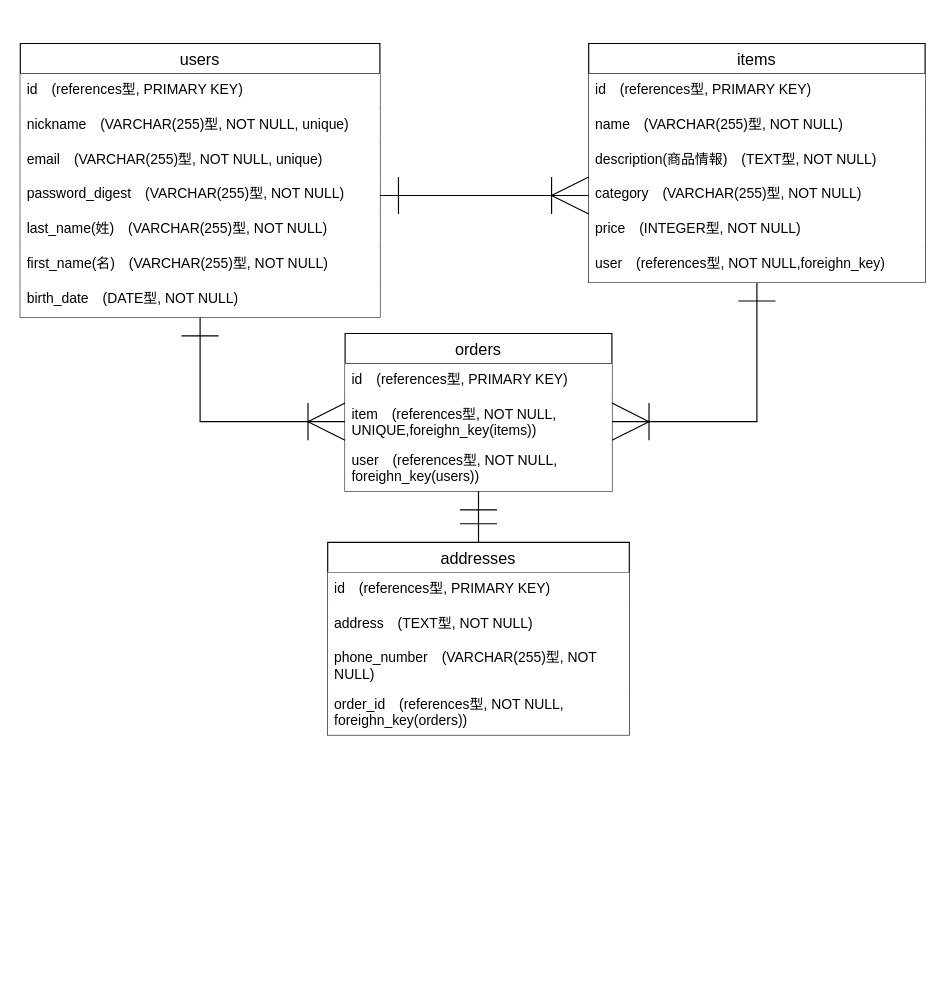
Earlier version of the draw.io diagram ER.dio (utako-melo/furima-42327). Source tidied: cells renumbered, new cells numbered last; positions are measured from the earlier drawing's top-left corner, leaving out a move shared by most shapes. Both pictures are drawn from the tidied source at 116%, with x=0, y=0 at pixel (20, 43).
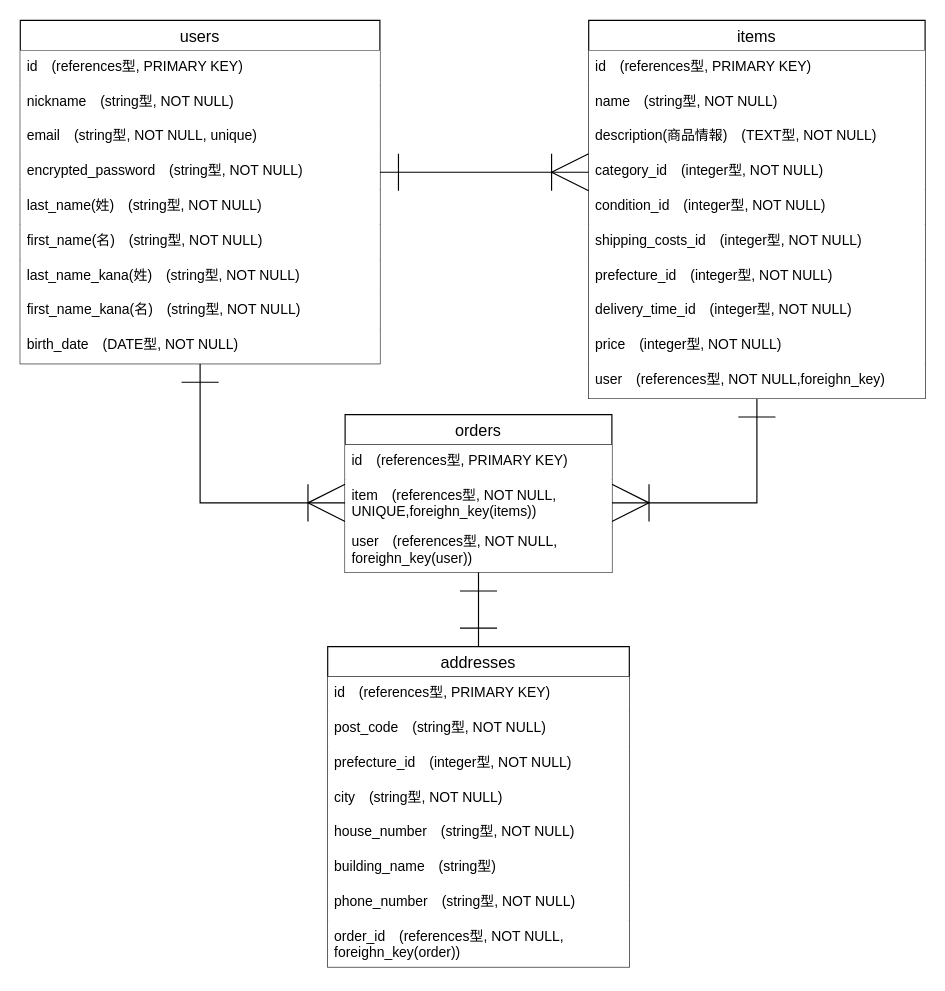
Above is the later version.

Commit message (it also covers changes not shown here):
データベース設計の修正

The change refers to these unchanged cells:
```xml
<mxCell id="21" value="item&lt;span style=&quot;color: rgb(0, 0, 0);&quot;&gt;　(&lt;span style=&quot;color: rgb(0, 0, 0);&quot;&gt;references&lt;/span&gt;型, NOT NULL,&lt;/span&gt;&lt;div&gt;&lt;span style=&quot;color: rgb(0, 0, 0);&quot;&gt;UNIQUE,&lt;span style=&quot;color: rgb(0, 0, 0);&quot;&gt;foreighn_key&lt;/span&gt;(items)&lt;/span&gt;&lt;span style=&quot;background-color: transparent;&quot;&gt;)&lt;/span&gt;&lt;/div&gt;" style="text;strokeColor=none;fillColor=default;spacingLeft=4;spacingRight=4;overflow=hidden;points=[[0,0.5],[1,0.5]];portConstraint=eastwest;fontSize=12;whiteSpace=wrap;html=1;" parent="19" vertex="1">
  <mxGeometry y="56" width="230" height="40" as="geometry" />
</mxCell>
```

Diff of the diagram source:
```diff
@@
     <mxCell id="2" style="edgeStyle=none;html=1;exitX=0.5;exitY=1;exitDx=0;exitDy=0;endSize=30;startSize=30;endArrow=ERoneToMany;endFill=0;startArrow=ERone;startFill=0;entryX=0;entryY=0.5;entryDx=0;entryDy=0;jumpSize=0;rounded=0;curved=0;" parent="1" edge="1" source="3" target="21">
       <mxGeometry relative="1" as="geometry">
         <Array as="points">
-          <mxPoint x="155" y="326" />
+          <mxPoint x="155" y="396" />
         </Array>
       </mxGeometry>
     </mxCell>
     <mxCell id="3" value="users" style="swimlane;fontStyle=0;horizontal=1;startSize=26;align=center;fontSize=14;" parent="1" vertex="1">
-      <mxGeometry width="310" height="236" as="geometry" />
+      <mxGeometry y="-20" width="310" height="296" as="geometry" />
     </mxCell>
@@
-    <mxCell id="5" value="nickname　(VARCHAR(255)型, NOT NULL, unique&lt;span style=&quot;background-color: transparent;&quot;&gt;)&lt;/span&gt;" style="text;strokeColor=none;fillColor=default;spacingLeft=4;spacingRight=4;overflow=hidden;fontSize=12;whiteSpace=wrap;html=1;" parent="3" vertex="1">
+    <mxCell id="5" value="nickname　(string型, NOT NULL&lt;span style=&quot;background-color: transparent;&quot;&gt;)&lt;/span&gt;" style="text;strokeColor=none;fillColor=default;spacingLeft=4;spacingRight=4;overflow=hidden;fontSize=12;whiteSpace=wrap;html=1;" parent="3" vertex="1">
       <mxGeometry y="56" width="310" height="30" as="geometry" />
     </mxCell>
-    <mxCell id="6" value="email&lt;span style=&quot;color: rgb(0, 0, 0);&quot;&gt;　(VARCHAR(255)型, NOT NULL, unique&lt;/span&gt;&lt;span style=&quot;background-color: transparent;&quot;&gt;)&lt;/span&gt;" style="text;strokeColor=none;fillColor=default;spacingLeft=4;spacingRight=4;overflow=hidden;fontSize=12;whiteSpace=wrap;html=1;" parent="3" vertex="1">
+    <mxCell id="6" value="email&lt;span style=&quot;color: rgb(0, 0, 0);&quot;&gt;　(string型, NOT NULL, unique&lt;/span&gt;&lt;span style=&quot;background-color: transparent;&quot;&gt;)&lt;/span&gt;" style="text;strokeColor=none;fillColor=default;spacingLeft=4;spacingRight=4;overflow=hidden;fontSize=12;whiteSpace=wrap;html=1;" parent="3" vertex="1">
       <mxGeometry y="86" width="310" height="30" as="geometry" />
     </mxCell>
-    <mxCell id="7" value="password_digest&lt;span style=&quot;color: rgb(0, 0, 0);&quot;&gt;　(VARCHAR(255)型, NOT NULL&lt;/span&gt;&lt;span style=&quot;background-color: transparent;&quot;&gt;)&lt;/span&gt;" style="text;strokeColor=none;fillColor=default;spacingLeft=4;spacingRight=4;overflow=hidden;points=[[0,0.5],[1,0.5]];portConstraint=eastwest;fontSize=12;whiteSpace=wrap;html=1;" parent="3" vertex="1">
+    <mxCell id="7" value="&lt;span style=&quot;color: rgb(0, 0, 0);&quot;&gt;encrypted_password　(string型, NOT NULL&lt;/span&gt;&lt;span style=&quot;background-color: transparent;&quot;&gt;)&lt;/span&gt;" style="text;strokeColor=none;fillColor=default;spacingLeft=4;spacingRight=4;overflow=hidden;points=[[0,0.5],[1,0.5]];portConstraint=eastwest;fontSize=12;whiteSpace=wrap;html=1;" parent="3" vertex="1">
       <mxGeometry y="116" width="310" height="30" as="geometry" />
     </mxCell>
-    <mxCell id="8" value="last_name(姓)&lt;span style=&quot;color: rgb(0, 0, 0);&quot;&gt;　(VARCHAR(255)型, NOT NULL&lt;/span&gt;&lt;span style=&quot;background-color: transparent;&quot;&gt;)&lt;/span&gt;" style="text;strokeColor=none;fillColor=default;spacingLeft=4;spacingRight=4;overflow=hidden;fontSize=12;whiteSpace=wrap;html=1;" parent="3" vertex="1">
+    <mxCell id="8" value="last_name(姓)&lt;span style=&quot;color: rgb(0, 0, 0);&quot;&gt;　(string型, NOT NULL&lt;/span&gt;&lt;span style=&quot;background-color: transparent;&quot;&gt;)&lt;/span&gt;" style="text;strokeColor=none;fillColor=default;spacingLeft=4;spacingRight=4;overflow=hidden;fontSize=12;whiteSpace=wrap;html=1;" parent="3" vertex="1">
       <mxGeometry y="146" width="310" height="30" as="geometry" />
     </mxCell>
-    <mxCell id="9" value="first_name(名)&lt;span style=&quot;color: rgb(0, 0, 0);&quot;&gt;　(VARCHAR(255)型, NOT NULL&lt;/span&gt;&lt;span style=&quot;background-color: transparent;&quot;&gt;)&lt;/span&gt;" style="text;strokeColor=none;fillColor=default;spacingLeft=4;spacingRight=4;overflow=hidden;fontSize=12;whiteSpace=wrap;html=1;" parent="3" vertex="1">
+    <mxCell id="9" value="first_name(名)&lt;span style=&quot;color: rgb(0, 0, 0);&quot;&gt;　(string型, NOT NULL&lt;/span&gt;&lt;span style=&quot;background-color: transparent;&quot;&gt;)&lt;/span&gt;" style="text;strokeColor=none;fillColor=default;spacingLeft=4;spacingRight=4;overflow=hidden;fontSize=12;whiteSpace=wrap;html=1;" parent="3" vertex="1">
       <mxGeometry y="176" width="310" height="30" as="geometry" />
     </mxCell>
+    <mxCell id="30" value="&lt;span style=&quot;color: rgb(0, 0, 0);&quot;&gt;last_name_kana(姓)&lt;/span&gt;&lt;span style=&quot;color: rgb(0, 0, 0);&quot;&gt;　(string型, NOT NULL&lt;/span&gt;&lt;span style=&quot;background-color: transparent;&quot;&gt;)&lt;/span&gt;" style="text;strokeColor=none;fillColor=default;spacingLeft=4;spacingRight=4;overflow=hidden;fontSize=12;whiteSpace=wrap;html=1;" parent="3" vertex="1">
+      <mxGeometry y="206" width="310" height="30" as="geometry" />
+    </mxCell>
+    <mxCell id="31" value="&lt;span style=&quot;color: rgb(0, 0, 0);&quot;&gt;first_name_kana(名)&lt;/span&gt;&lt;span style=&quot;color: rgb(0, 0, 0);&quot;&gt;　(string型, NOT NULL&lt;/span&gt;&lt;span style=&quot;background-color: transparent;&quot;&gt;)&lt;/span&gt;" style="text;strokeColor=none;fillColor=default;spacingLeft=4;spacingRight=4;overflow=hidden;fontSize=12;whiteSpace=wrap;html=1;" parent="3" vertex="1">
+      <mxGeometry y="236" width="310" height="30" as="geometry" />
+    </mxCell>
     <mxCell id="10" value="birth_date&lt;span style=&quot;color: rgb(0, 0, 0);&quot;&gt;　(DATE型, NOT NULL&lt;/span&gt;&lt;span style=&quot;background-color: transparent;&quot;&gt;)&lt;/span&gt;" style="text;strokeColor=none;fillColor=default;spacingLeft=4;spacingRight=4;overflow=hidden;fontSize=12;whiteSpace=wrap;html=1;" parent="3" vertex="1">
-      <mxGeometry y="206" width="310" height="30" as="geometry" />
+      <mxGeometry y="266" width="310" height="30" as="geometry" />
     </mxCell>
     <mxCell id="11" style="edgeStyle=none;html=1;exitX=0.5;exitY=1;exitDx=0;exitDy=0;entryX=1;entryY=0.5;entryDx=0;entryDy=0;endSize=30;startSize=30;endArrow=ERoneToMany;endFill=0;startArrow=ERone;startFill=0;rounded=0;curved=0;" parent="1" edge="1" source="12" target="21">
       <mxGeometry relative="1" as="geometry">
         <Array as="points">
-          <mxPoint x="635" y="326" />
+          <mxPoint x="635" y="396" />
         </Array>
       </mxGeometry>
     </mxCell>
     <mxCell id="12" value="items" style="swimlane;fontStyle=0;horizontal=1;startSize=26;align=center;fontSize=14;" parent="1" vertex="1">
-      <mxGeometry x="490" width="290" height="206" as="geometry" />
+      <mxGeometry x="490" y="-20" width="290" height="326" as="geometry" />
     </mxCell>
@@
-    <mxCell id="14" value="name&lt;span style=&quot;color: rgb(0, 0, 0);&quot;&gt;　(VARCHAR(255)型, NOT NULL&lt;/span&gt;&lt;span style=&quot;background-color: transparent;&quot;&gt;)&lt;/span&gt;" style="text;strokeColor=none;fillColor=default;spacingLeft=4;spacingRight=4;overflow=hidden;fontSize=12;whiteSpace=wrap;html=1;" parent="12" vertex="1">
+    <mxCell id="14" value="name&lt;span style=&quot;color: rgb(0, 0, 0);&quot;&gt;　(string型, NOT NULL&lt;/span&gt;&lt;span style=&quot;background-color: transparent;&quot;&gt;)&lt;/span&gt;" style="text;strokeColor=none;fillColor=default;spacingLeft=4;spacingRight=4;overflow=hidden;fontSize=12;whiteSpace=wrap;html=1;" parent="12" vertex="1">
       <mxGeometry y="56" width="290" height="30" as="geometry" />
     </mxCell>
@@
-    <mxCell id="16" value="category&lt;span style=&quot;color: rgb(0, 0, 0);&quot;&gt;　(VARCHAR(255)型, NOT NULL&lt;/span&gt;&lt;span style=&quot;background-color: transparent;&quot;&gt;)&lt;/span&gt;" style="text;strokeColor=none;fillColor=default;spacingLeft=4;spacingRight=4;overflow=hidden;points=[[0,0.5],[1,0.5]];portConstraint=eastwest;fontSize=12;whiteSpace=wrap;html=1;" parent="12" vertex="1">
+    <mxCell id="16" value="category_id&lt;span style=&quot;color: rgb(0, 0, 0);&quot;&gt;　(integer型, NOT NULL&lt;/span&gt;&lt;span style=&quot;background-color: transparent;&quot;&gt;)&lt;/span&gt;" style="text;strokeColor=none;fillColor=default;spacingLeft=4;spacingRight=4;overflow=hidden;points=[[0,0.5],[1,0.5]];portConstraint=eastwest;fontSize=12;whiteSpace=wrap;html=1;" parent="12" vertex="1">
       <mxGeometry y="116" width="290" height="30" as="geometry" />
     </mxCell>
+    <mxCell id="32" value="condition_id&lt;span style=&quot;color: rgb(0, 0, 0);&quot;&gt;　(integer型, NOT NULL&lt;/span&gt;&lt;span style=&quot;background-color: transparent;&quot;&gt;)&lt;/span&gt;" style="text;strokeColor=none;fillColor=default;spacingLeft=4;spacingRight=4;overflow=hidden;fontSize=12;whiteSpace=wrap;html=1;" parent="12" vertex="1">
+      <mxGeometry y="146" width="290" height="30" as="geometry" />
+    </mxCell>
+    <mxCell id="33" value="shipping_costs_id&lt;span style=&quot;color: rgb(0, 0, 0);&quot;&gt;　(integer型, NOT NULL&lt;/span&gt;&lt;span style=&quot;background-color: transparent;&quot;&gt;)&lt;/span&gt;" style="text;strokeColor=none;fillColor=default;spacingLeft=4;spacingRight=4;overflow=hidden;fontSize=12;whiteSpace=wrap;html=1;" parent="12" vertex="1">
+      <mxGeometry y="176" width="290" height="30" as="geometry" />
+    </mxCell>
+    <mxCell id="34" value="prefecture_id&lt;span style=&quot;color: rgb(0, 0, 0);&quot;&gt;　(integer型, NOT NULL&lt;/span&gt;&lt;span style=&quot;background-color: transparent;&quot;&gt;)&lt;/span&gt;" style="text;strokeColor=none;fillColor=default;spacingLeft=4;spacingRight=4;overflow=hidden;fontSize=12;whiteSpace=wrap;html=1;" parent="12" vertex="1">
+      <mxGeometry y="206" width="290" height="30" as="geometry" />
+    </mxCell>
+    <mxCell id="35" value="delivery_time_id&lt;span style=&quot;color: rgb(0, 0, 0);&quot;&gt;　(integer型, NOT NULL&lt;/span&gt;&lt;span style=&quot;background-color: transparent;&quot;&gt;)&lt;/span&gt;" style="text;strokeColor=none;fillColor=default;spacingLeft=4;spacingRight=4;overflow=hidden;fontSize=12;whiteSpace=wrap;html=1;" parent="12" vertex="1">
+      <mxGeometry y="236" width="290" height="30" as="geometry" />
+    </mxCell>
-    <mxCell id="17" value="price&lt;span style=&quot;color: rgb(0, 0, 0);&quot;&gt;　(INTEGER型, NOT NULL&lt;/span&gt;&lt;span style=&quot;background-color: transparent;&quot;&gt;)&lt;/span&gt;" style="text;strokeColor=none;fillColor=default;spacingLeft=4;spacingRight=4;overflow=hidden;fontSize=12;whiteSpace=wrap;html=1;" parent="12" vertex="1">
-      <mxGeometry y="146" width="290" height="30" as="geometry" />
+    <mxCell id="17" value="price&lt;span style=&quot;color: rgb(0, 0, 0);&quot;&gt;　(&lt;span style=&quot;color: rgb(0, 0, 0);&quot;&gt;integer&lt;/span&gt;型, NOT NULL&lt;/span&gt;&lt;span style=&quot;background-color: transparent;&quot;&gt;)&lt;/span&gt;" style="text;strokeColor=none;fillColor=default;spacingLeft=4;spacingRight=4;overflow=hidden;fontSize=12;whiteSpace=wrap;html=1;" parent="12" vertex="1">
+      <mxGeometry y="266" width="290" height="30" as="geometry" />
     </mxCell>
     <mxCell id="18" value="user&lt;span style=&quot;color: rgb(0, 0, 0);&quot;&gt;　(references&lt;/span&gt;&lt;span style=&quot;color: rgb(0, 0, 0);&quot;&gt;&lt;span style=&quot;color: rgb(0, 0, 0); background-color: transparent;&quot;&gt;型, NOT NULL,&lt;/span&gt;&lt;span style=&quot;color: rgb(0, 0, 0);&quot;&gt;foreighn_key&lt;/span&gt;&lt;span style=&quot;color: light-dark(rgb(0, 0, 0), rgb(237, 237, 237)); background-color: transparent;&quot;&gt;)&lt;/span&gt;&lt;br&gt;&lt;/span&gt;" style="text;strokeColor=none;fillColor=default;spacingLeft=4;spacingRight=4;overflow=hidden;fontSize=12;whiteSpace=wrap;html=1;" parent="12" vertex="1">
-      <mxGeometry y="176" width="290" height="30" as="geometry" />
+      <mxGeometry y="296" width="290" height="30" as="geometry" />
     </mxCell>
     <mxCell id="19" value="orders" style="swimlane;fontStyle=0;horizontal=1;startSize=26;align=center;fontSize=14;" parent="1" vertex="1">
-      <mxGeometry x="280" y="250" width="230" height="136" as="geometry" />
+      <mxGeometry x="280" y="320" width="230" height="136" as="geometry" />
     </mxCell>
@@
-    <mxCell id="22" value="user&lt;span style=&quot;color: rgb(0, 0, 0);&quot;&gt;　(&lt;span style=&quot;color: rgb(0, 0, 0);&quot;&gt;references&lt;/span&gt;型, NOT NULL,&lt;br&gt;&lt;/span&gt;&lt;div&gt;&lt;span style=&quot;color: rgb(0, 0, 0);&quot;&gt;&lt;span style=&quot;color: rgb(0, 0, 0); background-color: transparent;&quot;&gt;foreighn_key&lt;/span&gt;(users)&lt;/span&gt;&lt;span style=&quot;background-color: transparent;&quot;&gt;)&lt;/span&gt;&lt;/div&gt;" style="text;strokeColor=none;fillColor=default;spacingLeft=4;spacingRight=4;overflow=hidden;fontSize=12;whiteSpace=wrap;html=1;align=left;" parent="19" vertex="1">
+    <mxCell id="22" value="user&lt;span style=&quot;color: rgb(0, 0, 0);&quot;&gt;　(&lt;span style=&quot;color: rgb(0, 0, 0);&quot;&gt;references&lt;/span&gt;型, NOT NULL,&lt;br&gt;&lt;/span&gt;&lt;div&gt;&lt;span style=&quot;color: rgb(0, 0, 0);&quot;&gt;&lt;span style=&quot;color: rgb(0, 0, 0); background-color: transparent;&quot;&gt;foreighn_key&lt;/span&gt;(user)&lt;/span&gt;&lt;span style=&quot;background-color: transparent;&quot;&gt;)&lt;/span&gt;&lt;/div&gt;" style="text;strokeColor=none;fillColor=default;spacingLeft=4;spacingRight=4;overflow=hidden;fontSize=12;whiteSpace=wrap;html=1;align=left;" parent="19" vertex="1">
       <mxGeometry y="96" width="230" height="40" as="geometry" />
     </mxCell>
@@
     <mxCell id="24" value="addresses" style="swimlane;fontStyle=0;horizontal=1;startSize=26;align=center;fontSize=14;" parent="1" vertex="1">
-      <mxGeometry x="265" y="430" width="260" height="166" as="geometry" />
+      <mxGeometry x="265" y="520" width="260" height="276" as="geometry" />
     </mxCell>
@@
-    <mxCell id="26" value="address&lt;span style=&quot;color: rgb(0, 0, 0);&quot;&gt;　(TEXT型, NOT NULL&lt;/span&gt;&lt;span style=&quot;background-color: transparent;&quot;&gt;)&lt;/span&gt;" style="text;strokeColor=none;fillColor=default;spacingLeft=4;spacingRight=4;overflow=hidden;fontSize=12;whiteSpace=wrap;html=1;" parent="24" vertex="1">
+    <mxCell id="26" value="post_code&lt;span style=&quot;color: rgb(0, 0, 0);&quot;&gt;　(string型, NOT NULL&lt;/span&gt;&lt;span style=&quot;background-color: transparent;&quot;&gt;)&lt;/span&gt;" style="text;strokeColor=none;fillColor=default;spacingLeft=4;spacingRight=4;overflow=hidden;fontSize=12;whiteSpace=wrap;html=1;" parent="24" vertex="1">
       <mxGeometry y="56" width="260" height="30" as="geometry" />
     </mxCell>
+    <mxCell id="36" value="&lt;span style=&quot;color: rgb(0, 0, 0);&quot;&gt;prefecture_id&lt;/span&gt;&lt;span style=&quot;color: rgb(0, 0, 0);&quot;&gt;　(integer型, NOT NULL&lt;/span&gt;&lt;span style=&quot;background-color: transparent;&quot;&gt;)&lt;/span&gt;" style="text;strokeColor=none;fillColor=default;spacingLeft=4;spacingRight=4;overflow=hidden;fontSize=12;whiteSpace=wrap;html=1;" parent="24" vertex="1">
+      <mxGeometry y="86" width="260" height="30" as="geometry" />
+    </mxCell>
+    <mxCell id="37" value="&lt;span style=&quot;color: rgb(0, 0, 0);&quot;&gt;city&lt;/span&gt;&lt;span style=&quot;color: rgb(0, 0, 0);&quot;&gt;　(string型, NOT NULL&lt;/span&gt;&lt;span style=&quot;background-color: transparent;&quot;&gt;)&lt;/span&gt;" style="text;strokeColor=none;fillColor=default;spacingLeft=4;spacingRight=4;overflow=hidden;fontSize=12;whiteSpace=wrap;html=1;" parent="24" vertex="1">
+      <mxGeometry y="116" width="260" height="30" as="geometry" />
+    </mxCell>
+    <mxCell id="38" value="&lt;span style=&quot;color: rgb(0, 0, 0);&quot;&gt;house_number&lt;/span&gt;&lt;span style=&quot;color: rgb(0, 0, 0);&quot;&gt;　(string型, NOT NULL&lt;/span&gt;&lt;span style=&quot;background-color: transparent;&quot;&gt;)&lt;/span&gt;" style="text;strokeColor=none;fillColor=default;spacingLeft=4;spacingRight=4;overflow=hidden;fontSize=12;whiteSpace=wrap;html=1;" parent="24" vertex="1">
+      <mxGeometry y="146" width="260" height="30" as="geometry" />
+    </mxCell>
+    <mxCell id="39" value="&lt;span style=&quot;color: rgb(0, 0, 0);&quot;&gt;building_name&lt;/span&gt;&lt;span style=&quot;color: rgb(0, 0, 0);&quot;&gt;　(string型&lt;/span&gt;&lt;span style=&quot;background-color: transparent;&quot;&gt;)&lt;/span&gt;" style="text;strokeColor=none;fillColor=default;spacingLeft=4;spacingRight=4;overflow=hidden;fontSize=12;whiteSpace=wrap;html=1;" parent="24" vertex="1">
+      <mxGeometry y="176" width="260" height="30" as="geometry" />
+    </mxCell>
-    <mxCell id="27" value="phone_number&lt;span style=&quot;color: rgb(0, 0, 0);&quot;&gt;　(VARCHAR(255)型, NOT NULL&lt;/span&gt;&lt;span style=&quot;background-color: transparent;&quot;&gt;)&lt;/span&gt;" style="text;strokeColor=none;fillColor=default;spacingLeft=4;spacingRight=4;overflow=hidden;fontSize=12;whiteSpace=wrap;html=1;" parent="24" vertex="1">
-      <mxGeometry y="86" width="260" height="40" as="geometry" />
+    <mxCell id="27" value="phone_number&lt;span style=&quot;color: rgb(0, 0, 0);&quot;&gt;　(string型, NOT NULL&lt;/span&gt;&lt;span style=&quot;background-color: transparent;&quot;&gt;)&lt;/span&gt;" style="text;strokeColor=none;fillColor=default;spacingLeft=4;spacingRight=4;overflow=hidden;fontSize=12;whiteSpace=wrap;html=1;" parent="24" vertex="1">
+      <mxGeometry y="206" width="260" height="30" as="geometry" />
     </mxCell>
-    <mxCell id="28" value="order_id&lt;span style=&quot;color: rgb(0, 0, 0);&quot;&gt;　(&lt;span style=&quot;color: rgb(0, 0, 0);&quot;&gt;references&lt;/span&gt;型, NOT NULL,&lt;/span&gt;&lt;div&gt;&lt;div&gt;&lt;span style=&quot;color: rgb(0, 0, 0);&quot;&gt;foreighn_key(orders)&lt;/span&gt;&lt;span style=&quot;background-color: transparent;&quot;&gt;)&lt;/span&gt;&lt;/div&gt;&lt;/div&gt;" style="text;strokeColor=none;fillColor=default;spacingLeft=4;spacingRight=4;overflow=hidden;fontSize=12;whiteSpace=wrap;html=1;" parent="24" vertex="1">
-      <mxGeometry y="126" width="260" height="40" as="geometry" />
+    <mxCell id="28" value="order_id&lt;span style=&quot;color: rgb(0, 0, 0);&quot;&gt;　(&lt;span style=&quot;color: rgb(0, 0, 0);&quot;&gt;references&lt;/span&gt;型, NOT NULL,&lt;/span&gt;&lt;div&gt;&lt;div&gt;&lt;span style=&quot;color: rgb(0, 0, 0);&quot;&gt;foreighn_key(order)&lt;/span&gt;&lt;span style=&quot;background-color: transparent;&quot;&gt;)&lt;/span&gt;&lt;/div&gt;&lt;/div&gt;" style="text;strokeColor=none;fillColor=default;spacingLeft=4;spacingRight=4;overflow=hidden;fontSize=12;whiteSpace=wrap;html=1;" parent="24" vertex="1">
+      <mxGeometry y="236" width="260" height="40" as="geometry" />
     </mxCell>
```
